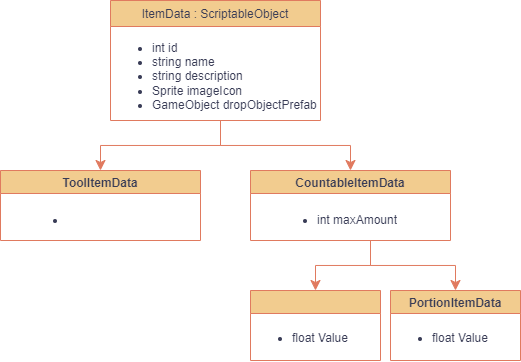
This is 제목 없는 다이어그램.drawio.png from hae-seung/ddolking, a draw.io export, as it was before one commit. Source tidied: cells renumbered, new cells last; positions are measured from the earlier drawing's top-left corner, leaving out a move shared by most shapes.
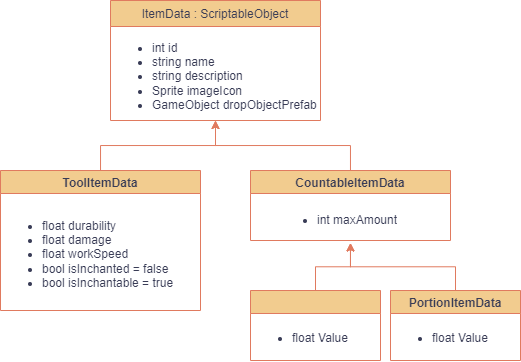
After the change.

Commit message:
제목 없는 다이어그램.drawio.png 업데이트

Change to the diagram source:
```diff
@@ -8,45 +8,36 @@
     <mxCell id="3" value="&lt;ul&gt;&lt;li&gt;&lt;span style=&quot;text-wrap: nowrap;&quot;&gt;int id&lt;/span&gt;&lt;br&gt;&lt;/li&gt;&lt;li&gt;&lt;span style=&quot;text-wrap: nowrap;&quot;&gt;string name&lt;br&gt;&lt;/span&gt;&lt;/li&gt;&lt;li&gt;&lt;span style=&quot;text-wrap: nowrap;&quot;&gt;string description&lt;br&gt;&lt;/span&gt;&lt;/li&gt;&lt;li&gt;&lt;span style=&quot;text-wrap: nowrap;&quot;&gt;Sprite imageIcon&lt;br&gt;&lt;/span&gt;&lt;/li&gt;&lt;li&gt;&lt;span style=&quot;text-wrap: nowrap;&quot;&gt;GameObject dropObjectPrefab&lt;br&gt;&lt;/span&gt;&lt;/li&gt;&lt;/ul&gt;" style="text;strokeColor=none;fillColor=none;html=1;whiteSpace=wrap;verticalAlign=middle;overflow=hidden;fontColor=#393C56;" parent="2" vertex="1">
       <mxGeometry y="26" width="210" height="94" as="geometry" />
     </mxCell>
+    <mxCell id="16" style="edgeStyle=orthogonalEdgeStyle;rounded=0;jettySize=auto;html=1;strokeColor=#E07A5F;fontColor=#393C56;fillColor=#F2CC8F;" parent="1" edge="1" source="4" target="3">
+      <mxGeometry relative="1" as="geometry" />
+    </mxCell>
     <mxCell id="4" value="CountableItemData" style="swimlane;strokeColor=#E07A5F;fontColor=#393C56;fillColor=#F2CC8F;" parent="1" vertex="1">
       <mxGeometry x="250" y="170" width="200" height="70" as="geometry" />
     </mxCell>
     <mxCell id="5" value="&lt;ul&gt;&lt;li&gt;int maxAmount&lt;/li&gt;&lt;/ul&gt;" style="text;strokeColor=none;fillColor=none;html=1;whiteSpace=wrap;verticalAlign=middle;overflow=hidden;fontColor=#393C56;" parent="4" vertex="1">
       <mxGeometry x="25" y="27.5" width="150" height="45" as="geometry" />
     </mxCell>
-    <mxCell id="6" style="edgeStyle=elbowEdgeStyle;elbow=vertical;endArrow=classic;html=1;curved=0;rounded=0;endSize=8;startSize=8;strokeColor=#E07A5F;fontColor=#393C56;fillColor=#F2CC8F;entryX=0.5;entryY=0;entryDx=0;entryDy=0;" parent="1" edge="1" target="4">
-      <mxGeometry relative="1" as="geometry">
-        <mxPoint x="220" y="120" as="sourcePoint" />
-      </mxGeometry>
-    </mxCell>
-    <mxCell id="7" style="edgeStyle=elbowEdgeStyle;elbow=vertical;endArrow=classic;html=1;curved=0;rounded=0;endSize=8;startSize=8;strokeColor=#E07A5F;fontColor=#393C56;fillColor=#F2CC8F;" parent="1" edge="1">
-      <mxGeometry relative="1" as="geometry">
-        <mxPoint x="220" y="120" as="sourcePoint" />
-        <mxPoint x="100" y="170" as="targetPoint" />
-      </mxGeometry>
-    </mxCell>
+    <mxCell id="17" style="edgeStyle=orthogonalEdgeStyle;rounded=0;jettySize=auto;html=1;strokeColor=#E07A5F;fontColor=#393C56;fillColor=#F2CC8F;" parent="1" edge="1" source="8" target="3">
+      <mxGeometry relative="1" as="geometry" />
+    </mxCell>
     <mxCell id="8" value="ToolItemData" style="swimlane;strokeColor=#E07A5F;fontColor=#393C56;fillColor=#F2CC8F;" parent="1" vertex="1">
-      <mxGeometry y="170" width="200" height="70" as="geometry" />
+      <mxGeometry y="170" width="200" height="140" as="geometry" />
     </mxCell>
-    <mxCell id="9" value="&lt;ul&gt;&lt;li&gt;&lt;br&gt;&lt;/li&gt;&lt;/ul&gt;" style="text;strokeColor=none;fillColor=none;html=1;whiteSpace=wrap;verticalAlign=middle;overflow=hidden;fontColor=#393C56;" parent="8" vertex="1">
-      <mxGeometry x="25" y="27.5" width="150" height="45" as="geometry" />
+    <mxCell id="9" value="&lt;ul&gt;&lt;li&gt;float durability&lt;/li&gt;&lt;li&gt;float damage&lt;/li&gt;&lt;li&gt;float workSpeed&lt;/li&gt;&lt;li&gt;bool isInchanted = false&lt;/li&gt;&lt;li&gt;bool isInchantable = true&lt;/li&gt;&lt;/ul&gt;" style="text;strokeColor=none;fillColor=none;html=1;whiteSpace=wrap;verticalAlign=middle;overflow=hidden;fontColor=#393C56;" parent="8" vertex="1">
+      <mxGeometry y="27.5" width="200" height="112.5" as="geometry" />
     </mxCell>
-    <mxCell id="10" style="edgeStyle=elbowEdgeStyle;elbow=vertical;endArrow=classic;html=1;curved=0;rounded=0;endSize=8;startSize=8;strokeColor=#E07A5F;fontColor=#393C56;fillColor=#F2CC8F;entryX=0.5;entryY=0;entryDx=0;entryDy=0;" parent="1" edge="1" target="12">
-      <mxGeometry relative="1" as="geometry">
-        <mxPoint x="370" y="240" as="sourcePoint" />
-      </mxGeometry>
-    </mxCell>
-    <mxCell id="11" style="edgeStyle=elbowEdgeStyle;elbow=vertical;endArrow=classic;html=1;curved=0;rounded=0;endSize=8;startSize=8;strokeColor=#E07A5F;fontColor=#393C56;fillColor=#F2CC8F;entryX=0.5;entryY=0;entryDx=0;entryDy=0;" parent="1" edge="1" target="14">
-      <mxGeometry relative="1" as="geometry">
-        <mxPoint x="370" y="240" as="sourcePoint" />
-      </mxGeometry>
-    </mxCell>
+    <mxCell id="18" style="edgeStyle=orthogonalEdgeStyle;rounded=0;jettySize=auto;html=1;strokeColor=#E07A5F;fontColor=#393C56;fillColor=#F2CC8F;" parent="1" edge="1" source="12" target="5">
+      <mxGeometry relative="1" as="geometry" />
+    </mxCell>
     <mxCell id="12" value="PortionItemData" style="swimlane;strokeColor=#E07A5F;fontColor=#393C56;fillColor=#F2CC8F;" parent="1" vertex="1">
       <mxGeometry x="390" y="290" width="130" height="70" as="geometry" />
     </mxCell>
     <mxCell id="13" value="&lt;ul&gt;&lt;li&gt;float Value&lt;/li&gt;&lt;/ul&gt;" style="text;strokeColor=none;fillColor=none;html=1;whiteSpace=wrap;verticalAlign=middle;overflow=hidden;fontColor=#393C56;" parent="12" vertex="1">
       <mxGeometry y="25" width="130" height="45" as="geometry" />
     </mxCell>
+    <mxCell id="19" style="edgeStyle=orthogonalEdgeStyle;rounded=0;jettySize=auto;html=1;strokeColor=#E07A5F;fontColor=#393C56;fillColor=#F2CC8F;" parent="1" edge="1" source="14" target="5">
+      <mxGeometry relative="1" as="geometry" />
+    </mxCell>
     <mxCell id="14" style="swimlane;strokeColor=#E07A5F;fontColor=#393C56;fillColor=#F2CC8F;" parent="1" vertex="1">
       <mxGeometry x="250" y="290" width="130" height="70" as="geometry" />
     </mxCell>
```
